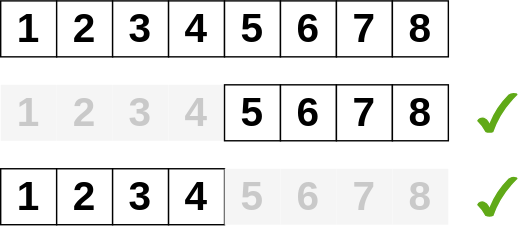
Before: images/ddmin_example_2.drawio.svg, a diagram exported from draw.io (uu-pes/lecture7_debugging). Source tidied: cells renumbered, new cells last; positions are measured from the earlier drawing's top-left corner, leaving out a move shared by most shapes. The source it was exported from:
```xml
<mxGraphModel background="#969696">
  <root>
    <mxCell id="0" />
    <mxCell id="1" parent="0" />
    <mxCell id="2" value="1" style="rounded=0;whiteSpace=wrap;html=1;fillColor=#FFFFFF;strokeColor=default;fontSize=29;fontStyle=1;" parent="1" vertex="1">
      <mxGeometry width="40" height="40" as="geometry" />
    </mxCell>
    <mxCell id="3" value="2" style="rounded=0;whiteSpace=wrap;html=1;fillColor=#FFFFFF;strokeColor=default;fontSize=29;fontStyle=1;" parent="1" vertex="1">
      <mxGeometry x="40" width="40" height="40" as="geometry" />
    </mxCell>
    <mxCell id="4" value="3" style="rounded=0;whiteSpace=wrap;html=1;fillColor=#FFFFFF;strokeColor=default;fontSize=29;fontStyle=1;" parent="1" vertex="1">
      <mxGeometry x="80" width="40" height="40" as="geometry" />
    </mxCell>
    <mxCell id="5" value="4" style="rounded=0;whiteSpace=wrap;html=1;fillColor=#FFFFFF;strokeColor=default;fontSize=29;fontStyle=1;" parent="1" vertex="1">
      <mxGeometry x="120" width="40" height="40" as="geometry" />
    </mxCell>
    <mxCell id="6" value="5" style="rounded=0;whiteSpace=wrap;html=1;fillColor=#FFFFFF;strokeColor=default;fontSize=29;fontStyle=1;" parent="1" vertex="1">
      <mxGeometry x="160" width="40" height="40" as="geometry" />
    </mxCell>
    <mxCell id="7" value="6" style="rounded=0;whiteSpace=wrap;html=1;fillColor=#FFFFFF;strokeColor=default;fontSize=29;fontStyle=1;" parent="1" vertex="1">
      <mxGeometry x="200" width="40" height="40" as="geometry" />
    </mxCell>
    <mxCell id="8" value="7" style="rounded=0;whiteSpace=wrap;html=1;fillColor=#FFFFFF;strokeColor=default;fontSize=29;fontStyle=1;" parent="1" vertex="1">
      <mxGeometry x="240" width="40" height="40" as="geometry" />
    </mxCell>
    <mxCell id="9" value="8" style="rounded=0;whiteSpace=wrap;html=1;fillColor=#FFFFFF;strokeColor=default;fontSize=29;fontStyle=1;" parent="1" vertex="1">
      <mxGeometry x="280" width="40" height="40" as="geometry" />
    </mxCell>
    <mxCell id="10" value="1" style="rounded=0;whiteSpace=wrap;html=1;fillColor=#f5f5f5;strokeColor=none;fontSize=29;fontStyle=1;fontColor=#C9C9C9;" parent="1" vertex="1">
      <mxGeometry y="60" width="40" height="40" as="geometry" />
    </mxCell>
    <mxCell id="11" value="2" style="rounded=0;whiteSpace=wrap;html=1;fillColor=#f5f5f5;strokeColor=none;fontSize=29;fontStyle=1;fontColor=#C9C9C9;" parent="1" vertex="1">
      <mxGeometry x="40" y="60" width="40" height="40" as="geometry" />
    </mxCell>
    <mxCell id="12" value="3" style="rounded=0;whiteSpace=wrap;html=1;fillColor=#f5f5f5;strokeColor=none;fontSize=29;fontStyle=1;fontColor=#C9C9C9;" parent="1" vertex="1">
      <mxGeometry x="80" y="60" width="40" height="40" as="geometry" />
    </mxCell>
    <mxCell id="13" value="4" style="rounded=0;whiteSpace=wrap;html=1;fillColor=#f5f5f5;strokeColor=none;fontSize=29;fontStyle=1;fontColor=#C9C9C9;" parent="1" vertex="1">
      <mxGeometry x="120" y="60" width="40" height="40" as="geometry" />
    </mxCell>
    <mxCell id="14" value="5" style="rounded=0;whiteSpace=wrap;html=1;fillColor=#FFFFFF;strokeColor=default;fontSize=29;fontStyle=1;" parent="1" vertex="1">
      <mxGeometry x="160" y="60" width="40" height="40" as="geometry" />
    </mxCell>
    <mxCell id="15" value="6" style="rounded=0;whiteSpace=wrap;html=1;fillColor=#FFFFFF;strokeColor=default;fontSize=29;fontStyle=1;" parent="1" vertex="1">
      <mxGeometry x="200" y="60" width="40" height="40" as="geometry" />
    </mxCell>
    <mxCell id="16" value="7" style="rounded=0;whiteSpace=wrap;html=1;fillColor=#FFFFFF;strokeColor=default;fontSize=29;fontStyle=1;" parent="1" vertex="1">
      <mxGeometry x="240" y="60" width="40" height="40" as="geometry" />
    </mxCell>
    <mxCell id="17" value="8" style="rounded=0;whiteSpace=wrap;html=1;fillColor=#FFFFFF;strokeColor=default;fontSize=29;fontStyle=1;" parent="1" vertex="1">
      <mxGeometry x="280" y="60" width="40" height="40" as="geometry" />
    </mxCell>
    <mxCell id="18" value="1" style="rounded=0;whiteSpace=wrap;html=1;fillColor=#FFFFFF;strokeColor=default;fontSize=29;fontStyle=1;" parent="1" vertex="1">
      <mxGeometry y="120" width="40" height="40" as="geometry" />
    </mxCell>
    <mxCell id="19" value="2" style="rounded=0;whiteSpace=wrap;html=1;fillColor=#FFFFFF;strokeColor=default;fontSize=29;fontStyle=1;" parent="1" vertex="1">
      <mxGeometry x="40" y="120" width="40" height="40" as="geometry" />
    </mxCell>
    <mxCell id="20" value="3" style="rounded=0;whiteSpace=wrap;html=1;fillColor=#FFFFFF;strokeColor=default;fontSize=29;fontStyle=1;" parent="1" vertex="1">
      <mxGeometry x="80" y="120" width="40" height="40" as="geometry" />
    </mxCell>
    <mxCell id="21" value="4" style="rounded=0;whiteSpace=wrap;html=1;fillColor=#FFFFFF;strokeColor=default;fontSize=29;fontStyle=1;" parent="1" vertex="1">
      <mxGeometry x="120" y="120" width="40" height="40" as="geometry" />
    </mxCell>
    <mxCell id="22" value="5" style="rounded=0;whiteSpace=wrap;html=1;fillColor=#f5f5f5;strokeColor=none;fontSize=29;fontStyle=1;fontColor=#C9C9C9;" parent="1" vertex="1">
      <mxGeometry x="160" y="120" width="40" height="40" as="geometry" />
    </mxCell>
    <mxCell id="23" value="6" style="rounded=0;whiteSpace=wrap;html=1;fillColor=#f5f5f5;strokeColor=none;fontSize=29;fontStyle=1;fontColor=#C9C9C9;" parent="1" vertex="1">
      <mxGeometry x="200" y="120" width="40" height="40" as="geometry" />
    </mxCell>
    <mxCell id="24" value="7" style="rounded=0;whiteSpace=wrap;html=1;fillColor=#f5f5f5;strokeColor=none;fontSize=29;fontStyle=1;fontColor=#C9C9C9;" parent="1" vertex="1">
      <mxGeometry x="240" y="120" width="40" height="40" as="geometry" />
    </mxCell>
    <mxCell id="25" value="8" style="rounded=0;whiteSpace=wrap;html=1;fillColor=#f5f5f5;strokeColor=none;fontSize=29;fontStyle=1;fontColor=#C9C9C9;" parent="1" vertex="1">
      <mxGeometry x="280" y="120" width="40" height="40" as="geometry" />
    </mxCell>
    <mxCell id="26" style="verticalLabelPosition=bottom;verticalAlign=top;html=1;shape=mxgraph.basic.tick;strokeColor=#FFFFFF;fontSize=29;fontColor=#ffffff;fillColor=#60a917;" parent="1" vertex="1">
      <mxGeometry x="340" y="65" width="30" height="30" as="geometry" />
    </mxCell>
    <mxCell id="27" style="verticalLabelPosition=bottom;verticalAlign=top;html=1;shape=mxgraph.basic.tick;strokeColor=#FFFFFF;fontSize=29;fontColor=#ffffff;fillColor=#60a917;" parent="1" vertex="1">
      <mxGeometry x="340" y="125" width="30" height="30" as="geometry" />
    </mxCell>
  </root>
</mxGraphModel>
```
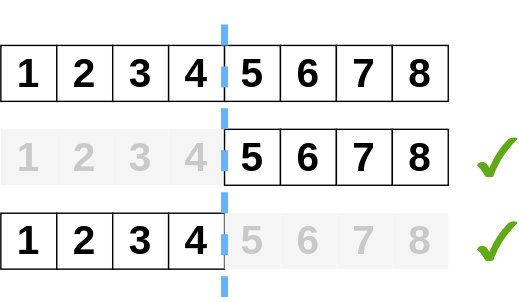
Above is the later version.

Change to the diagram source:
```diff
@@ -80,5 +80,11 @@
     <mxCell id="27" style="verticalLabelPosition=bottom;verticalAlign=top;html=1;shape=mxgraph.basic.tick;strokeColor=#FFFFFF;fontSize=29;fontColor=#ffffff;fillColor=#60a917;" parent="1" vertex="1">
       <mxGeometry x="340" y="125" width="30" height="30" as="geometry" />
     </mxCell>
+    <mxCell id="28" style="endArrow=none;dashed=1;html=1;rounded=0;strokeColor=#66B2FF;strokeWidth=5;" parent="1" edge="1">
+      <mxGeometry relative="1" as="geometry">
+        <mxPoint x="160" y="180" as="sourcePoint" />
+        <mxPoint x="160" y="-30" as="targetPoint" />
+      </mxGeometry>
+    </mxCell>
   </root>
 </mxGraphModel>
```
